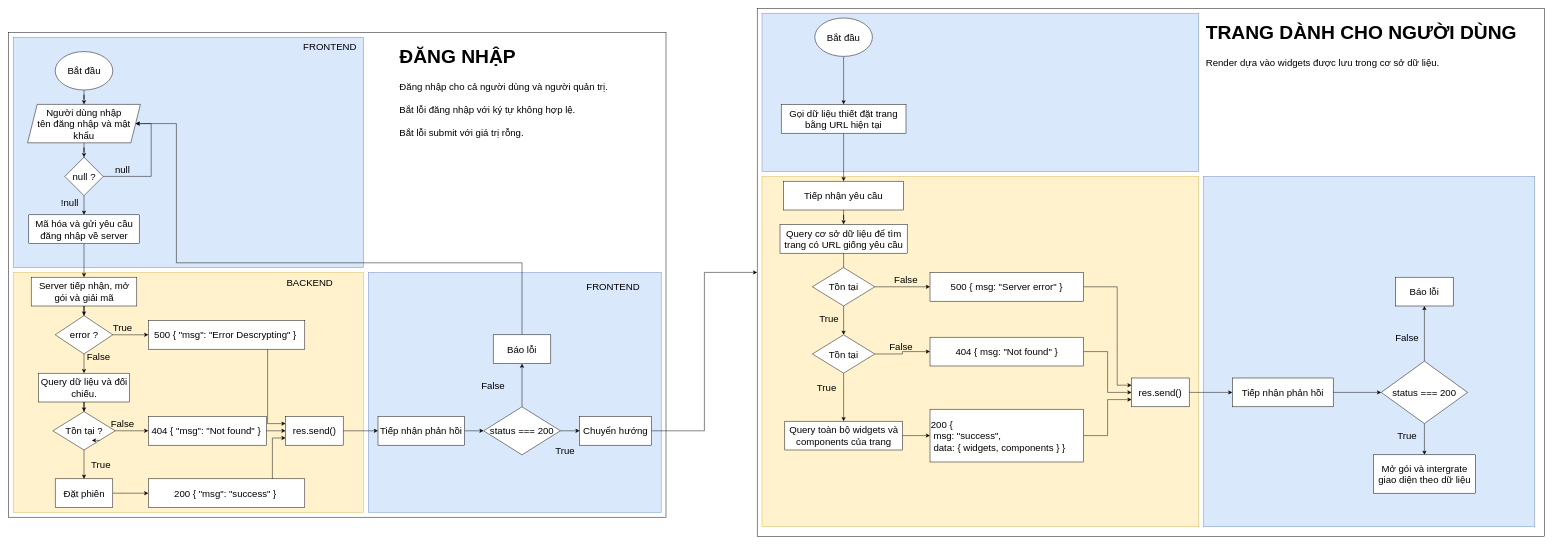
dbdev2912/khong_dc_khau_nghiep keeps this draw.io diagram as LogicWorkflow.drawio. Above is the earlier version. Source tidied: cells renumbered, new cells numbered last; positions are measured from the earlier drawing's top-left corner, leaving out a move shared by most shapes. Both pictures are drawn from the tidied source at 48%, with x=0, y=0 at pixel (8, 8).
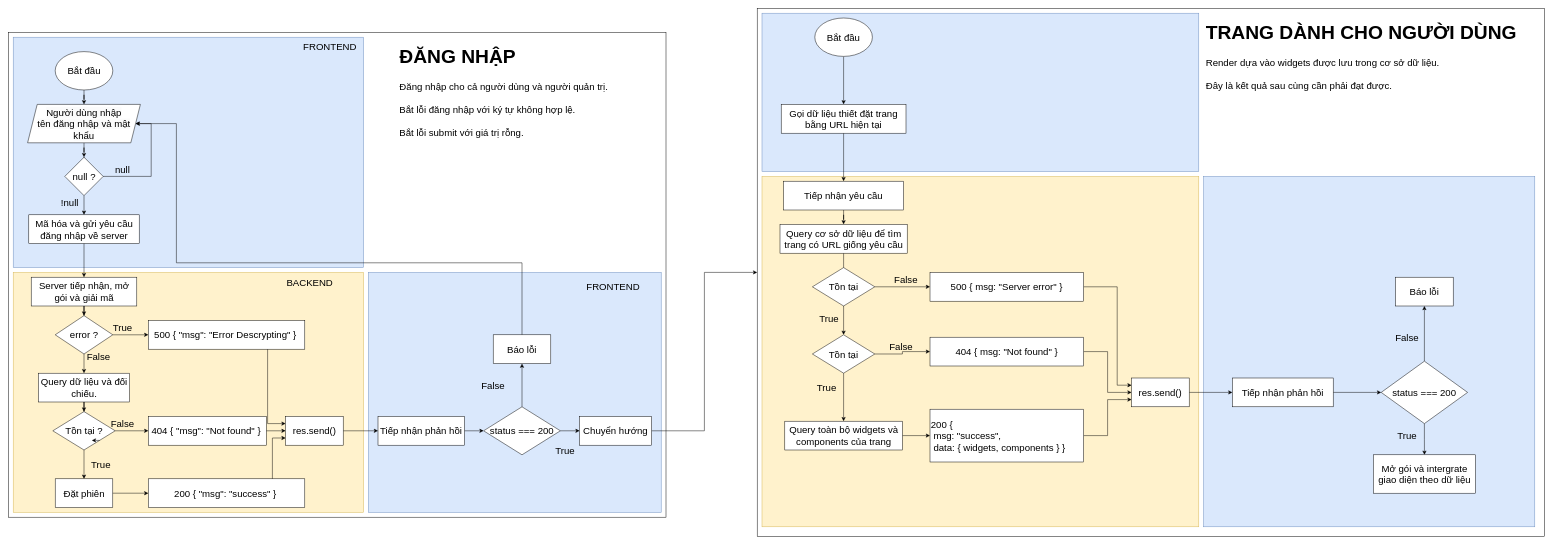
The same diagram, later.

Commit message (it also covers changes not shown here):
Cập nhật LogicWorkflow.drawio

What changed in the source:
```diff
@@
-    <mxCell id="27" value="&lt;h1&gt;TRANG DÀNH CHO NGƯỜI DÙNG&lt;br&gt;&lt;/h1&gt;&lt;div&gt;Render dựa vào widgets được lưu trong cơ sở dữ liệu.&lt;/div&gt;" style="text;html=1;strokeColor=none;fillColor=none;spacing=5;spacingTop=-20;whiteSpace=wrap;overflow=hidden;rounded=0;fontSize=20;" parent="1" vertex="1">
-      <mxGeometry x="2490" y="10" width="680" height="120" as="geometry" />
+    <mxCell id="27" value="&lt;h1&gt;TRANG DÀNH CHO NGƯỜI DÙNG&lt;br&gt;&lt;/h1&gt;&lt;div&gt;Render dựa vào widgets được lưu trong cơ sở dữ liệu.&lt;/div&gt;&lt;div&gt;&lt;br&gt;&lt;/div&gt;&lt;div&gt;Đây là kết quả sau cùng cần phải đạt được.&lt;/div&gt;" style="text;html=1;strokeColor=none;fillColor=none;spacing=5;spacingTop=-20;whiteSpace=wrap;overflow=hidden;rounded=0;fontSize=20;" parent="1" vertex="1">
+      <mxGeometry x="2490" y="10" width="680" height="190" as="geometry" />
     </mxCell>
```
